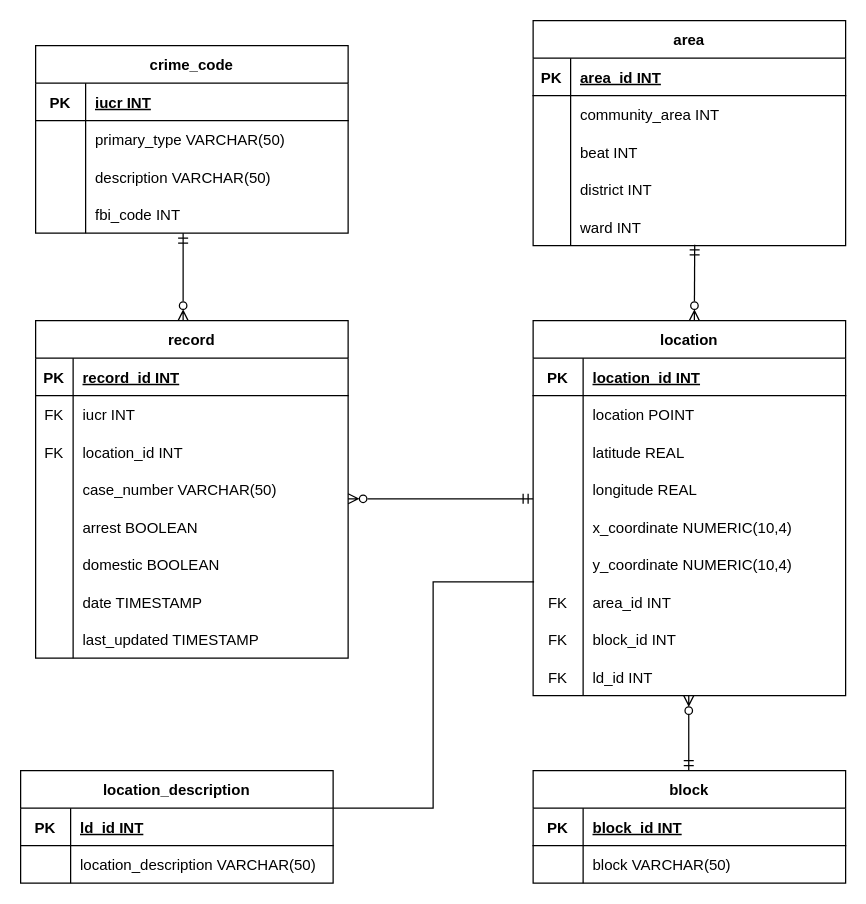
Above: mod7.drawio in karenlrl/Data-Story (draw.io), before the change. Source tidied: cells renumbered, new cells numbered last; positions are measured from the earlier drawing's top-left corner, leaving out a move shared by most shapes. Both pictures are drawn from the tidied source at 125%, with x=0, y=0 at pixel (20, 20).
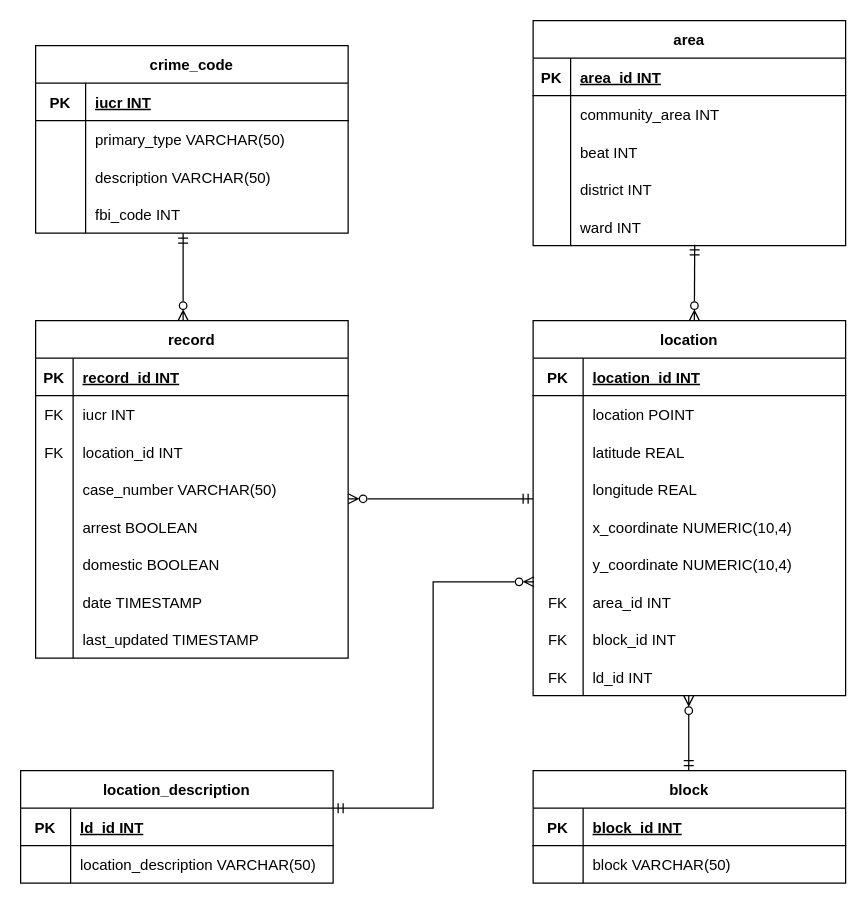
The same diagram, later.

Unchanged cells that the change refers to:
```xml
<mxCell id="21" style="shape=partialRectangle;fillColor=none;points=[[0,0.5],[1,0.5]];portConstraint=eastwest;top=0;left=0;right=0;bottom=0;" parent="2" vertex="1">
  <mxGeometry y="210" width="250" height="30" as="geometry" />
</mxCell>
```

Diff of the diagram source:
```diff
@@
-    <mxCell id="102" style="endArrow=none;html=1;rounded=0;entryX=0.003;entryY=-0.035;entryDx=0;entryDy=0;entryPerimeter=0;edgeStyle=elbowEdgeStyle;" parent="1" edge="1" target="21">
+    <mxCell id="102" style="endArrow=ERzeroToMany;html=1;rounded=0;entryX=0.003;entryY=-0.035;entryDx=0;entryDy=0;entryPerimeter=0;edgeStyle=elbowEdgeStyle;endFill=0;startArrow=ERmandOne;startFill=0;" parent="1" edge="1" target="21">
       <mxGeometry relative="1" as="geometry">
         <mxPoint x="250" y="630" as="sourcePoint" />
       </mxGeometry>
     </mxCell>
```
